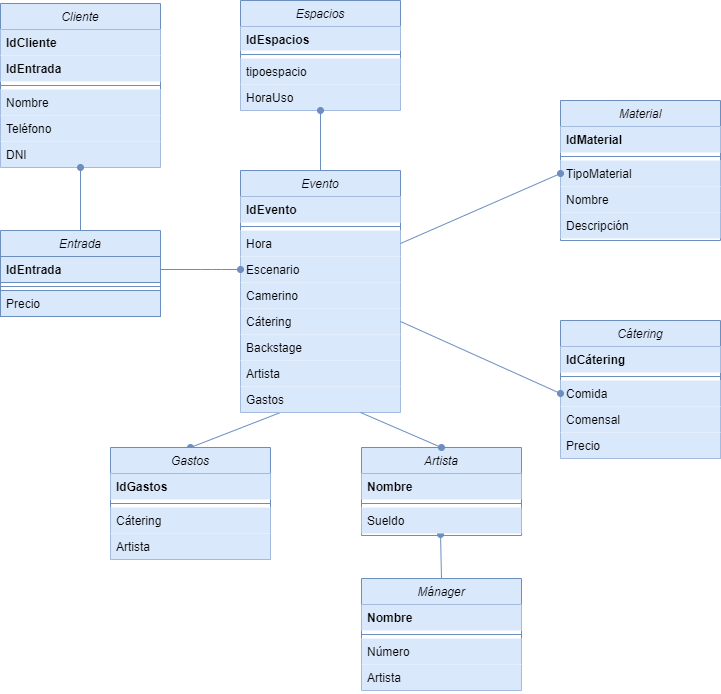
Above: images/Diagrama de base de datos.png in miguelmartinez22/QuevedoFest (draw.io), before the change. Source tidied: cells renumbered, new cells last; positions are measured from the earlier drawing's top-left corner, leaving out a move shared by most shapes.
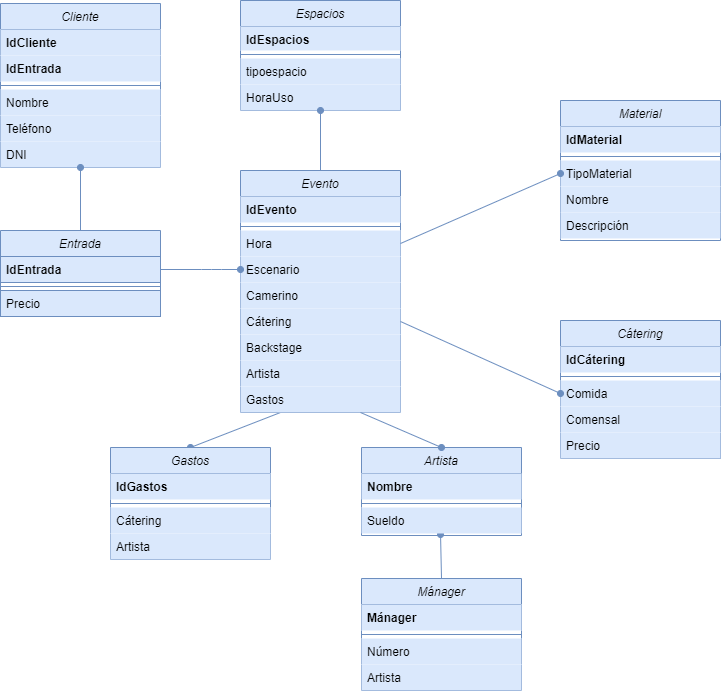
The same file after the commit.

Change to the diagram source:
```diff
@@ -159,7 +159,7 @@
     <mxCell id="52" value="Mánager" style="swimlane;fontStyle=2;align=center;verticalAlign=top;horizontal=1;startSize=26;rounded=0;shadow=0;strokeWidth=1;fillColor=#dae8fc;strokeColor=#6c8ebf;" parent="1" vertex="1">
       <mxGeometry x="361" y="578" width="160" height="112" as="geometry" />
     </mxCell>
-    <mxCell id="53" value="Nombre" style="text;align=left;verticalAlign=top;spacingLeft=4;spacingRight=4;overflow=hidden;rounded=0;shadow=0;html=0;fontStyle=1;fillColor=#dae8fc;" parent="52" vertex="1">
+    <mxCell id="53" value="Mánager" style="text;align=left;verticalAlign=top;spacingLeft=4;spacingRight=4;overflow=hidden;rounded=0;shadow=0;html=0;fontStyle=1;fillColor=#dae8fc;" parent="52" vertex="1">
       <mxGeometry y="26" width="160" height="26" as="geometry" />
     </mxCell>
     <mxCell id="54" style="line;html=1;strokeWidth=1;align=left;verticalAlign=middle;spacingTop=-1;spacingLeft=3;spacingRight=3;labelPosition=right;fillColor=#dae8fc;strokeColor=#6c8ebf;" parent="52" vertex="1">
```
